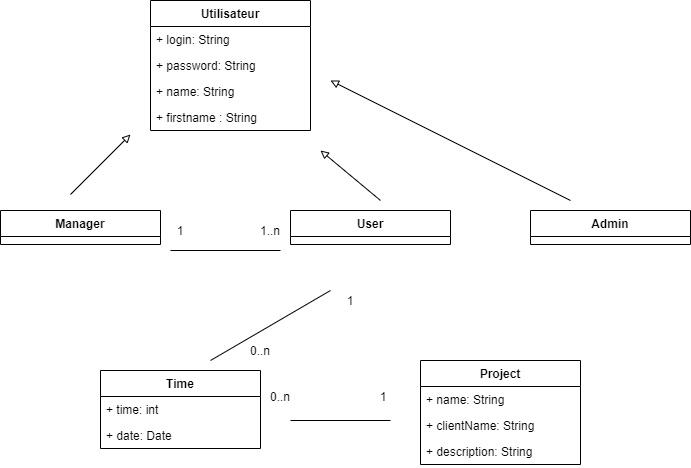
The draw.io diagram Diagramme de classe.png in ValentinMoreau08/Projet-Statup-POC, before a commit. Source tidied: cells renumbered, new cells last; positions are measured from the earlier drawing's top-left corner, leaving out a move shared by most shapes.
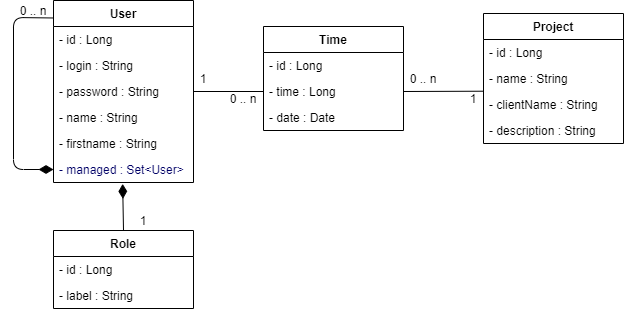
After the change.

Commit message:
Change Class Diagram PNG

What changed in the source:
```diff
@@ -2,104 +2,97 @@
   <root>
     <mxCell id="0" />
     <mxCell id="1" parent="0" />
-    <mxCell id="2" value="Utilisateur" style="swimlane;fontStyle=1;align=center;verticalAlign=top;horizontal=1;startSize=26;" parent="1" vertex="1">
-      <mxGeometry x="150" width="160" height="130" as="geometry" />
-    </mxCell>
-    <mxCell id="3" value="+ login: String&#10;" style="text;strokeColor=none;fillColor=none;align=left;verticalAlign=top;spacingLeft=4;spacingRight=4;overflow=hidden;" parent="2" vertex="1">
-      <mxGeometry y="26" width="160" height="26" as="geometry" />
-    </mxCell>
-    <mxCell id="4" value="+ password: String&#10;" style="text;strokeColor=none;fillColor=none;align=left;verticalAlign=top;spacingLeft=4;spacingRight=4;overflow=hidden;" parent="2" vertex="1">
-      <mxGeometry y="52" width="160" height="26" as="geometry" />
-    </mxCell>
-    <mxCell id="5" value="+ name: String&#10;" style="text;strokeColor=none;fillColor=none;align=left;verticalAlign=top;spacingLeft=4;spacingRight=4;overflow=hidden;" parent="2" vertex="1">
-      <mxGeometry y="78" width="160" height="26" as="geometry" />
-    </mxCell>
-    <mxCell id="6" value="+ firstname : String&#10;" style="text;strokeColor=none;fillColor=none;align=left;verticalAlign=top;spacingLeft=4;spacingRight=4;overflow=hidden;" parent="2" vertex="1">
-      <mxGeometry y="104" width="160" height="26" as="geometry" />
-    </mxCell>
-    <mxCell id="7" value="User" style="swimlane;fontStyle=1;align=center;verticalAlign=top;horizontal=1;startSize=26;" parent="1" vertex="1">
-      <mxGeometry x="290" y="210" width="160" height="34" as="geometry" />
+    <mxCell id="7" value="User" style="swimlane;fontStyle=1;horizontal=1;startSize=26;fillColor=none;" parent="1" vertex="1">
+      <mxGeometry x="210" y="-90" width="140" height="182" as="geometry" />
     </mxCell>
-    <mxCell id="8" value="Manager" style="swimlane;fontStyle=1;align=center;verticalAlign=top;horizontal=1;startSize=26;" parent="1" vertex="1">
-      <mxGeometry y="210" width="160" height="34" as="geometry" />
-    </mxCell>
-    <mxCell id="9" style="endArrow=block;html=1;endFill=0;" parent="1" edge="1">
-      <mxGeometry relative="1" as="geometry">
-        <mxPoint x="70" y="194" as="sourcePoint" />
-        <mxPoint x="130" y="134" as="targetPoint" />
-      </mxGeometry>
-    </mxCell>
-    <mxCell id="10" style="endArrow=block;html=1;endFill=0;" parent="1" edge="1">
-      <mxGeometry relative="1" as="geometry">
-        <mxPoint x="380" y="200" as="sourcePoint" />
-        <mxPoint x="320" y="150" as="targetPoint" />
-      </mxGeometry>
-    </mxCell>
-    <mxCell id="11" style="endArrow=none;html=1;" parent="1" edge="1">
-      <mxGeometry relative="1" as="geometry">
-        <mxPoint x="170" y="250" as="sourcePoint" />
-        <mxPoint x="280" y="250" as="targetPoint" />
-      </mxGeometry>
-    </mxCell>
-    <mxCell id="12" value="1" style="text;html=1;strokeColor=none;fillColor=none;align=center;verticalAlign=middle;whiteSpace=wrap;rounded=0;" parent="1" vertex="1">
-      <mxGeometry x="160" y="220" width="40" height="20" as="geometry" />
-    </mxCell>
-    <mxCell id="13" value="1..n" style="text;html=1;strokeColor=none;fillColor=none;align=center;verticalAlign=middle;whiteSpace=wrap;rounded=0;" parent="1" vertex="1">
-      <mxGeometry x="250" y="220" width="40" height="20" as="geometry" />
-    </mxCell>
-    <mxCell id="14" value="Admin" style="swimlane;fontStyle=1;align=center;verticalAlign=top;horizontal=1;startSize=26;" parent="1" vertex="1">
-      <mxGeometry x="530" y="210" width="160" height="34" as="geometry" />
-    </mxCell>
-    <mxCell id="15" style="endArrow=block;html=1;endFill=0;" parent="1" edge="1">
-      <mxGeometry relative="1" as="geometry">
-        <mxPoint x="570" y="200" as="sourcePoint" />
-        <mxPoint x="330" y="80" as="targetPoint" />
-      </mxGeometry>
-    </mxCell>
+    <mxCell id="29" value="- id : Long" style="text;strokeColor=none;fillColor=none;align=left;verticalAlign=top;spacingLeft=4;spacingRight=4;overflow=hidden;" parent="7" vertex="1">
+      <mxGeometry y="26" width="140" height="26" as="geometry" />
+    </mxCell>
+    <mxCell id="30" value="- login : String" style="text;strokeColor=none;fillColor=none;align=left;verticalAlign=top;spacingLeft=4;spacingRight=4;overflow=hidden;" parent="7" vertex="1">
+      <mxGeometry y="52" width="140" height="26" as="geometry" />
+    </mxCell>
+    <mxCell id="31" value="- password : String" style="text;strokeColor=none;fillColor=none;align=left;verticalAlign=top;spacingLeft=4;spacingRight=4;overflow=hidden;points=[[0,0.5],[1,0.5]];portConstraint=eastwest;" parent="7" vertex="1">
+      <mxGeometry y="78" width="140" height="26" as="geometry" />
+    </mxCell>
+    <mxCell id="32" value="- name : String" style="text;strokeColor=none;fillColor=none;align=left;verticalAlign=top;spacingLeft=4;spacingRight=4;overflow=hidden;" parent="7" vertex="1">
+      <mxGeometry y="104" width="140" height="26" as="geometry" />
+    </mxCell>
+    <mxCell id="33" value="- firstname : String" style="text;strokeColor=none;fillColor=none;align=left;verticalAlign=top;spacingLeft=4;spacingRight=4;overflow=hidden;" parent="7" vertex="1">
+      <mxGeometry y="130" width="140" height="26" as="geometry" />
+    </mxCell>
+    <mxCell id="34" value="- managed : Set&lt;User&gt;" style="text;strokeColor=none;fillColor=none;align=left;verticalAlign=top;spacingLeft=4;spacingRight=4;overflow=hidden;points=[[0,0.5],[1,0.5]];portConstraint=eastwest;fontColor=#000066;" parent="7" vertex="1">
+      <mxGeometry y="156" width="140" height="26" as="geometry" />
+    </mxCell>
+    <mxCell id="35" style="endArrow=none;html=1;startArrow=diamondThin;startFill=1;exitX=0;exitY=0.5;exitDx=0;exitDy=0;startSize=12;entryX=-0.007;entryY=0.096;entryDx=0;entryDy=0;entryPerimeter=0;" parent="7" edge="1" source="34" target="7">
+      <mxGeometry relative="1" as="geometry">
+        <Array as="points">
+          <mxPoint x="-40" y="169" />
+          <mxPoint x="-40" y="17" />
+        </Array>
+      </mxGeometry>
+    </mxCell>
+    <mxCell id="36" value="Role" style="swimlane;fontStyle=1;horizontal=1;startSize=26;fillColor=none;" parent="1" vertex="1">
+      <mxGeometry x="210" y="140" width="140" height="78" as="geometry" />
+    </mxCell>
+    <mxCell id="37" value="- id : Long" style="text;strokeColor=none;fillColor=none;align=left;verticalAlign=top;spacingLeft=4;spacingRight=4;overflow=hidden;" parent="36" vertex="1">
+      <mxGeometry y="26" width="140" height="26" as="geometry" />
+    </mxCell>
+    <mxCell id="38" value="- label : String" style="text;strokeColor=none;fillColor=none;align=left;verticalAlign=top;spacingLeft=4;spacingRight=4;overflow=hidden;" parent="36" vertex="1">
+      <mxGeometry y="52" width="140" height="26" as="geometry" />
+    </mxCell>
+    <mxCell id="20" value="Time" style="swimlane;fontStyle=1;horizontal=1;startSize=26;fillColor=none;" parent="1" vertex="1">
+      <mxGeometry x="420" y="-64" width="140" height="104" as="geometry" />
+    </mxCell>
+    <mxCell id="39" value="- id : Long" style="text;strokeColor=none;fillColor=none;align=left;verticalAlign=top;spacingLeft=4;spacingRight=4;overflow=hidden;" parent="20" vertex="1">
+      <mxGeometry y="26" width="140" height="26" as="geometry" />
+    </mxCell>
+    <mxCell id="40" value="- time : Long" style="text;strokeColor=none;fillColor=none;align=left;verticalAlign=top;spacingLeft=4;spacingRight=4;overflow=hidden;points=[[0,0.5],[1,0.5]];portConstraint=eastwest;" parent="20" vertex="1">
+      <mxGeometry y="52" width="140" height="26" as="geometry" />
+    </mxCell>
+    <mxCell id="41" value="- date : Date" style="text;strokeColor=none;fillColor=none;align=left;verticalAlign=top;spacingLeft=4;spacingRight=4;overflow=hidden;" parent="20" vertex="1">
+      <mxGeometry y="78" width="140" height="26" as="geometry" />
+    </mxCell>
-    <mxCell id="16" value="Project" style="swimlane;fontStyle=1;align=center;verticalAlign=top;horizontal=1;startSize=26;" parent="1" vertex="1">
-      <mxGeometry x="420" y="360" width="160" height="104" as="geometry" />
+    <mxCell id="16" value="Project" style="swimlane;fontStyle=1;horizontal=1;startSize=26;fillColor=none;" parent="1" vertex="1">
+      <mxGeometry x="640" y="-77" width="140" height="130" as="geometry" />
     </mxCell>
-    <mxCell id="17" value="+ name: String&#10;" style="text;strokeColor=none;fillColor=none;align=left;verticalAlign=top;spacingLeft=4;spacingRight=4;overflow=hidden;" parent="16" vertex="1">
-      <mxGeometry y="26" width="160" height="26" as="geometry" />
-    </mxCell>
-    <mxCell id="18" value="+ clientName: String&#10;" style="text;strokeColor=none;fillColor=none;align=left;verticalAlign=top;spacingLeft=4;spacingRight=4;overflow=hidden;" parent="16" vertex="1">
-      <mxGeometry y="52" width="160" height="26" as="geometry" />
-    </mxCell>
-    <mxCell id="19" value="+ description: String&#10;" style="text;strokeColor=none;fillColor=none;align=left;verticalAlign=top;spacingLeft=4;spacingRight=4;overflow=hidden;" parent="16" vertex="1">
-      <mxGeometry y="78" width="160" height="26" as="geometry" />
-    </mxCell>
-    <mxCell id="20" value="Time" style="swimlane;fontStyle=1;align=center;verticalAlign=top;horizontal=1;startSize=26;" parent="1" vertex="1">
-      <mxGeometry x="100" y="370" width="160" height="78" as="geometry" />
-    </mxCell>
-    <mxCell id="21" value="+ time: int&#10;" style="text;strokeColor=none;fillColor=none;align=left;verticalAlign=top;spacingLeft=4;spacingRight=4;overflow=hidden;" parent="20" vertex="1">
-      <mxGeometry y="26" width="160" height="26" as="geometry" />
-    </mxCell>
-    <mxCell id="22" value="+ date: Date&#10;" style="text;strokeColor=none;fillColor=none;align=left;verticalAlign=top;spacingLeft=4;spacingRight=4;overflow=hidden;" parent="20" vertex="1">
-      <mxGeometry y="52" width="160" height="26" as="geometry" />
-    </mxCell>
-    <mxCell id="23" style="endArrow=none;html=1;" parent="1" edge="1">
-      <mxGeometry relative="1" as="geometry">
-        <mxPoint x="290" y="420" as="sourcePoint" />
-        <mxPoint x="390" y="420" as="targetPoint" />
-      </mxGeometry>
-    </mxCell>
-    <mxCell id="24" value="0..n" style="text;html=1;strokeColor=none;fillColor=none;align=center;verticalAlign=middle;whiteSpace=wrap;rounded=0;" parent="1" vertex="1">
-      <mxGeometry x="260" y="386" width="40" height="20" as="geometry" />
-    </mxCell>
-    <mxCell id="25" value="1" style="text;html=1;strokeColor=none;fillColor=none;align=center;verticalAlign=middle;whiteSpace=wrap;rounded=0;" parent="1" vertex="1">
-      <mxGeometry x="363" y="386" width="40" height="20" as="geometry" />
-    </mxCell>
-    <mxCell id="26" style="endArrow=none;html=1;" parent="1" edge="1">
-      <mxGeometry relative="1" as="geometry">
-        <mxPoint x="210" y="360" as="sourcePoint" />
-        <mxPoint x="330" y="290" as="targetPoint" />
-      </mxGeometry>
-    </mxCell>
-    <mxCell id="27" value="0..n" style="text;html=1;strokeColor=none;fillColor=none;align=center;verticalAlign=middle;whiteSpace=wrap;rounded=0;" parent="1" vertex="1">
-      <mxGeometry x="240" y="340" width="40" height="20" as="geometry" />
-    </mxCell>
-    <mxCell id="28" value="1" style="text;html=1;strokeColor=none;fillColor=none;align=center;verticalAlign=middle;whiteSpace=wrap;rounded=0;" parent="1" vertex="1">
-      <mxGeometry x="330" y="290" width="40" height="20" as="geometry" />
-    </mxCell>
+    <mxCell id="42" value="- id : Long" style="text;strokeColor=none;fillColor=none;align=left;verticalAlign=top;spacingLeft=4;spacingRight=4;overflow=hidden;" parent="16" vertex="1">
+      <mxGeometry y="26" width="140" height="26" as="geometry" />
+    </mxCell>
+    <mxCell id="43" value="- name : String" style="text;strokeColor=none;fillColor=none;align=left;verticalAlign=top;spacingLeft=4;spacingRight=4;overflow=hidden;points=[[0,0.5],[1,0.5]];portConstraint=eastwest;" parent="16" vertex="1">
+      <mxGeometry y="52" width="140" height="26" as="geometry" />
+    </mxCell>
+    <mxCell id="44" value="- clientName : String" style="text;strokeColor=none;fillColor=none;align=left;verticalAlign=top;spacingLeft=4;spacingRight=4;overflow=hidden;" parent="16" vertex="1">
+      <mxGeometry y="78" width="140" height="26" as="geometry" />
+    </mxCell>
+    <mxCell id="45" value="- description : String" style="text;strokeColor=none;fillColor=none;align=left;verticalAlign=top;spacingLeft=4;spacingRight=4;overflow=hidden;" parent="16" vertex="1">
+      <mxGeometry y="104" width="140" height="26" as="geometry" />
+    </mxCell>
+    <mxCell id="46" style="endArrow=none;html=1;startArrow=diamondThin;startFill=1;entryX=0.5;entryY=0;entryDx=0;entryDy=0;exitX=0.494;exitY=1.054;exitDx=0;exitDy=0;exitPerimeter=0;startSize=12;" parent="1" edge="1" source="34" target="36">
+      <mxGeometry relative="1" as="geometry" />
+    </mxCell>
+    <mxCell id="47" value="1" style="text;html=1;strokeColor=none;fillColor=none;align=center;verticalAlign=middle;whiteSpace=wrap;rounded=0;" parent="1" vertex="1">
+      <mxGeometry x="280" y="120" width="40" height="20" as="geometry" />
+    </mxCell>
+    <mxCell id="48" value="0 .. n" style="text;html=1;strokeColor=none;fillColor=none;align=center;verticalAlign=middle;whiteSpace=wrap;rounded=0;" parent="1" vertex="1">
+      <mxGeometry x="380" y="-2" width="40" height="20" as="geometry" />
+    </mxCell>
+    <mxCell id="49" style="endArrow=none;html=1;entryX=0;entryY=0.5;entryDx=0;entryDy=0;exitX=1;exitY=0.5;exitDx=0;exitDy=0;" parent="1" edge="1" source="31" target="40">
+      <mxGeometry relative="1" as="geometry" />
+    </mxCell>
+    <mxCell id="50" value="1" style="text;html=1;strokeColor=none;fillColor=none;align=center;verticalAlign=middle;whiteSpace=wrap;rounded=0;" parent="1" vertex="1">
+      <mxGeometry x="340" y="-22" width="40" height="20" as="geometry" />
+    </mxCell>
+    <mxCell id="51" style="endArrow=none;html=1;entryX=1;entryY=0.5;entryDx=0;entryDy=0;exitX=-0.003;exitY=0.989;exitDx=0;exitDy=0;exitPerimeter=0;" parent="1" edge="1" source="43" target="40">
+      <mxGeometry relative="1" as="geometry" />
+    </mxCell>
+    <mxCell id="52" value="1" style="text;html=1;strokeColor=none;fillColor=none;align=center;verticalAlign=middle;whiteSpace=wrap;rounded=0;" parent="1" vertex="1">
+      <mxGeometry x="610" y="-2" width="40" height="20" as="geometry" />
+    </mxCell>
+    <mxCell id="53" value="0 .. n" style="text;html=1;strokeColor=none;fillColor=none;align=center;verticalAlign=middle;whiteSpace=wrap;rounded=0;" parent="1" vertex="1">
+      <mxGeometry x="560" y="-22" width="40" height="20" as="geometry" />
+    </mxCell>
+    <mxCell id="54" value="0 .. n" style="text;html=1;strokeColor=none;fillColor=none;align=center;verticalAlign=middle;whiteSpace=wrap;rounded=0;" parent="1" vertex="1">
+      <mxGeometry x="170" y="-90" width="40" height="20" as="geometry" />
+    </mxCell>
   </root>
 </mxGraphModel>
```
